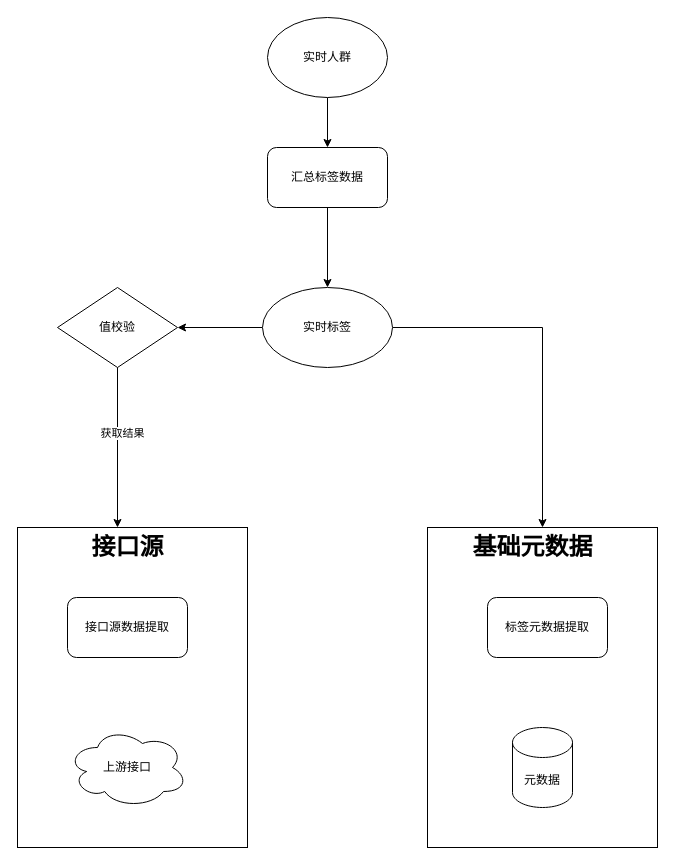
1418956397/JavaWeb-Project-Source-Share keeps this draw.io diagram as 实时标签架构图.drawio. Above is the earlier version. Source tidied: cells renumbered, new cells numbered last; positions are measured from the earlier drawing's top-left corner, leaving out a move shared by most shapes. Both pictures are drawn from the tidied source at 100%, with x=0, y=0 at pixel (17, 17).
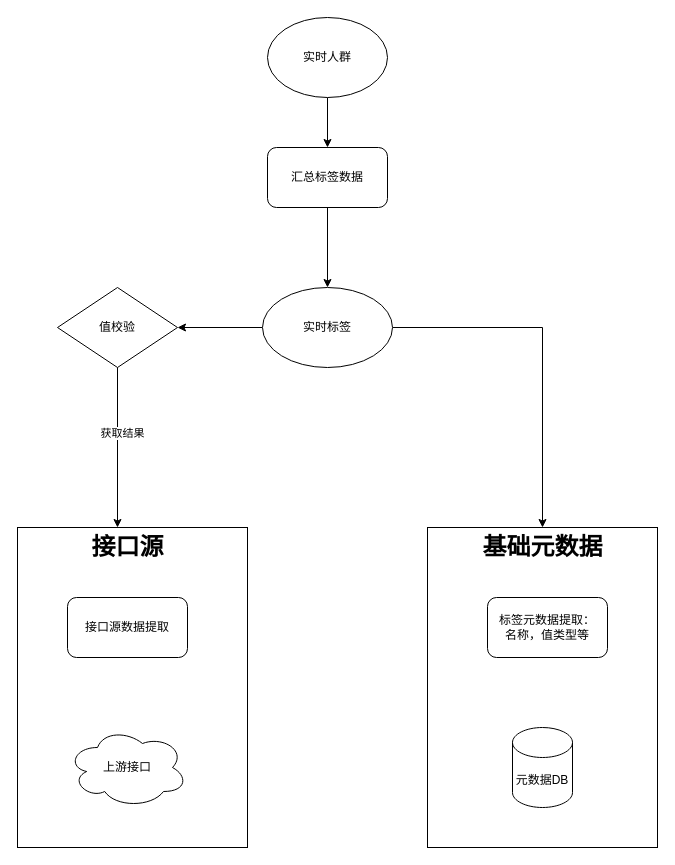
The same page after the edit.

Commit message (it also covers changes not shown here):
更新实时标签架构图.drawio

Diff of the diagram source:
```diff
@@
 <mxGraphModel>
   <root>
     <mxCell id="0" />
     <mxCell id="1" parent="0" />
     <mxCell id="2" style="edgeStyle=orthogonalEdgeStyle;rounded=0;jettySize=auto;html=1;" parent="1" edge="1" source="4" target="12">
       <mxGeometry relative="1" as="geometry" />
     </mxCell>
     <mxCell id="3" style="edgeStyle=orthogonalEdgeStyle;rounded=0;jettySize=auto;html=1;" parent="1" edge="1" source="4" target="17">
       <mxGeometry relative="1" as="geometry" />
     </mxCell>
     <mxCell id="4" value="实时标签" style="ellipse;whiteSpace=wrap;html=1;" parent="1" vertex="1">
       <mxGeometry x="245" y="270" width="130" height="80" as="geometry" />
     </mxCell>
     <mxCell id="5" style="rounded=0;whiteSpace=wrap;html=1;" parent="1" vertex="1">
       <mxGeometry y="510" width="230" height="320" as="geometry" />
     </mxCell>
     <mxCell id="6" value="接口源" style="text;strokeColor=none;fillColor=none;html=1;fontSize=24;fontStyle=1;verticalAlign=middle;align=center;" parent="1" vertex="1">
       <mxGeometry x="60" y="510" width="100" height="40" as="geometry" />
     </mxCell>
     <mxCell id="7" value="上游接口" style="ellipse;shape=cloud;whiteSpace=wrap;html=1;" parent="1" vertex="1">
       <mxGeometry x="50" y="710" width="120" height="80" as="geometry" />
     </mxCell>
     <mxCell id="8" style="edgeStyle=orthogonalEdgeStyle;rounded=0;jettySize=auto;html=1;" parent="1" edge="1" source="9" target="11">
       <mxGeometry relative="1" as="geometry" />
     </mxCell>
     <mxCell id="9" value="实时人群" style="ellipse;whiteSpace=wrap;html=1;" parent="1" vertex="1">
       <mxGeometry x="250" width="120" height="80" as="geometry" />
     </mxCell>
     <mxCell id="10" style="edgeStyle=orthogonalEdgeStyle;rounded=0;jettySize=auto;html=1;" parent="1" edge="1" source="11" target="4">
       <mxGeometry relative="1" as="geometry" />
     </mxCell>
     <mxCell id="11" value="汇总标签数据" style="rounded=1;whiteSpace=wrap;html=1;" parent="1" vertex="1">
       <mxGeometry x="250" y="130" width="120" height="60" as="geometry" />
     </mxCell>
     <mxCell id="12" style="rounded=0;whiteSpace=wrap;html=1;" parent="1" vertex="1">
       <mxGeometry x="410" y="510" width="230" height="320" as="geometry" />
     </mxCell>
     <mxCell id="13" value="基础元数据" style="text;strokeColor=none;fillColor=none;html=1;fontSize=24;fontStyle=1;verticalAlign=middle;align=center;" parent="1" vertex="1">
-      <mxGeometry x="465" y="510" width="100" height="40" as="geometry" />
+      <mxGeometry x="475" y="510" width="100" height="40" as="geometry" />
     </mxCell>
-    <mxCell id="14" value="元数据" style="shape=cylinder3;whiteSpace=wrap;html=1;boundedLbl=1;backgroundOutline=1;size=15;" parent="1" vertex="1">
+    <mxCell id="14" value="元数据DB" style="shape=cylinder3;whiteSpace=wrap;html=1;boundedLbl=1;backgroundOutline=1;size=15;" parent="1" vertex="1">
       <mxGeometry x="495" y="710" width="60" height="80" as="geometry" />
     </mxCell>
     <mxCell id="15" value="接口源数据提取" style="rounded=1;whiteSpace=wrap;html=1;" parent="1" vertex="1">
       <mxGeometry x="50" y="580" width="120" height="60" as="geometry" />
     </mxCell>
-    <mxCell id="16" value="标签元数据提取" style="rounded=1;whiteSpace=wrap;html=1;" parent="1" vertex="1">
+    <mxCell id="16" value="标签元数据提取：&lt;div&gt;名称，值类型等&lt;/div&gt;" style="rounded=1;whiteSpace=wrap;html=1;" parent="1" vertex="1">
       <mxGeometry x="470" y="580" width="120" height="60" as="geometry" />
     </mxCell>
     <mxCell id="17" value="值校验" style="rhombus;whiteSpace=wrap;html=1;" parent="1" vertex="1">
       <mxGeometry x="40" y="270" width="120" height="80" as="geometry" />
     </mxCell>
     <mxCell id="18" style="edgeStyle=orthogonalEdgeStyle;rounded=0;jettySize=auto;html=1;entryX=0.4;entryY=0;entryDx=0;entryDy=0;entryPerimeter=0;" parent="1" edge="1" source="17" target="6">
       <mxGeometry relative="1" as="geometry" />
     </mxCell>
     <mxCell id="19" value="获取结果" style="edgeLabel;html=1;align=center;verticalAlign=middle;" parent="18" vertex="1">
       <mxGeometry x="-0.19" y="4" relative="1" as="geometry" />
     </mxCell>
   </root>
 </mxGraphModel>
```
